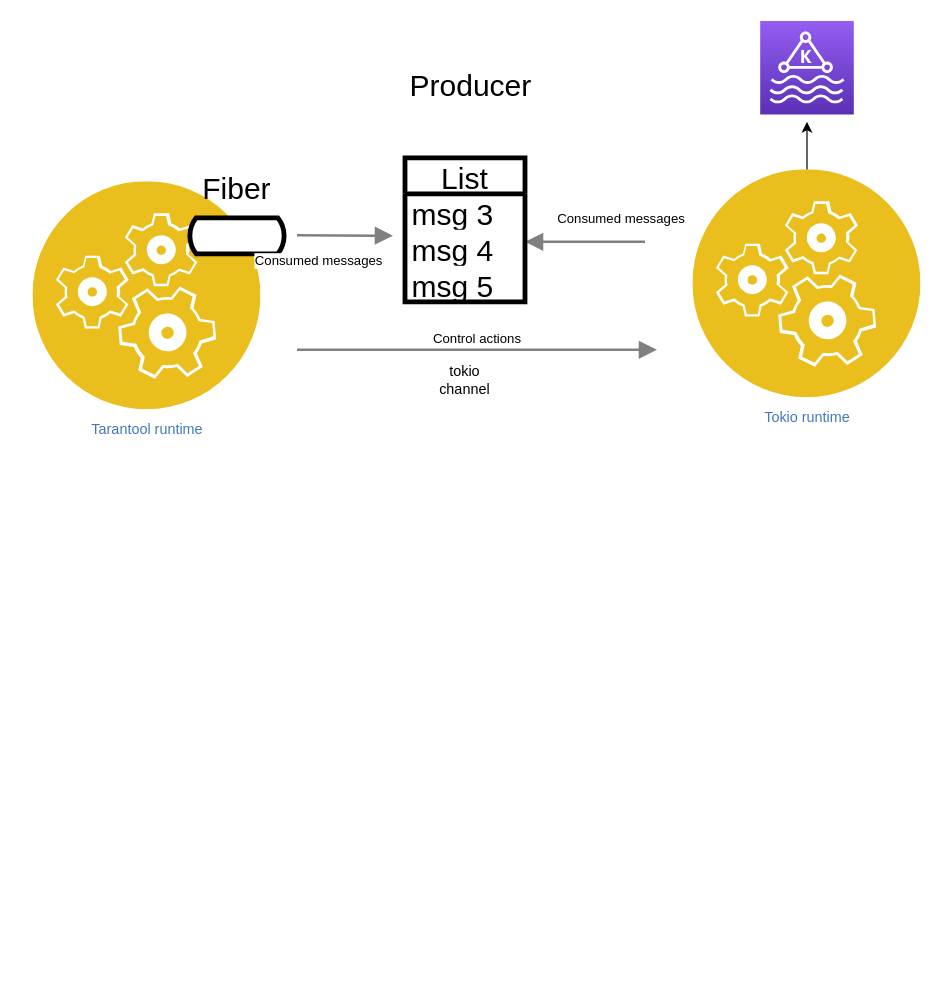
This is Диаграмма без названия.drawio from godzie44/drawio-dump, a draw.io file, before an edit. Source tidied: cells renumbered, new cells numbered last; positions are measured from the earlier drawing's top-left corner, leaving out a move shared by most shapes. Both pictures are drawn from the tidied source at 120%, with x=0, y=0 at pixel (32, 20).
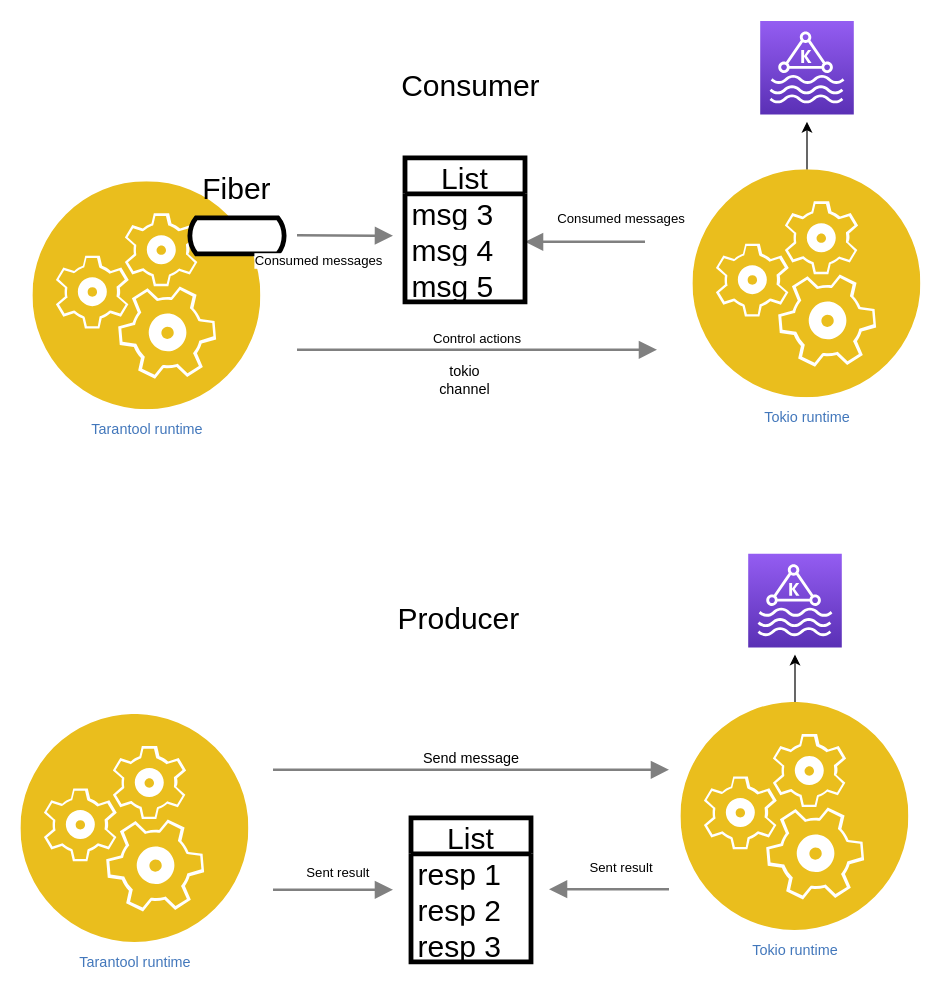
The same page after the edit.

Change to the diagram source:
```diff
@@
-    <mxCell id="7" value="Producer" style="text;html=1;strokeColor=none;fillColor=none;align=center;verticalAlign=middle;whiteSpace=wrap;rounded=0;strokeWidth=4;fontSize=25;" parent="1" vertex="1">
+    <mxCell id="7" value="Consumer" style="text;html=1;strokeColor=none;fillColor=none;align=center;verticalAlign=middle;whiteSpace=wrap;rounded=0;strokeWidth=4;fontSize=25;" parent="1" vertex="1">
       <mxGeometry x="300" y="28" width="130" height="50" as="geometry" />
     </mxCell>
@@
+    <mxCell id="17" value="Tarantool runtime" style="perimeter=ellipsePerimeter;html=1;align=center;shadow=0;dashed=0;fontColor=#4277BB;labelBackgroundColor=#ffffff;fontSize=12;spacingTop=3;image;image=img/lib/ibm/applications/runtime_services.svg;" parent="1" vertex="1">
+      <mxGeometry x="-10" y="578" width="190" height="190" as="geometry" />
+    </mxCell>
+    <mxCell id="18" style="edgeStyle=orthogonalEdgeStyle;rounded=0;jettySize=auto;html=1;" parent="1" edge="1" source="19">
+      <mxGeometry relative="1" as="geometry">
+        <mxPoint x="635" y="528" as="targetPoint" />
+      </mxGeometry>
+    </mxCell>
+    <mxCell id="19" value="Tokio runtime" style="perimeter=ellipsePerimeter;html=1;align=center;shadow=0;dashed=0;fontColor=#4277BB;labelBackgroundColor=#ffffff;fontSize=12;spacingTop=3;image;image=img/lib/ibm/applications/runtime_services.svg;" parent="1" vertex="1">
+      <mxGeometry x="540" y="568" width="190" height="190" as="geometry" />
+    </mxCell>
+    <mxCell id="20" style="sketch=0;fontColor=#232F3E;gradientColor=#945DF2;gradientDirection=north;fillColor=#5A30B5;strokeColor=#ffffff;dashed=0;verticalLabelPosition=bottom;verticalAlign=top;align=center;html=1;fontSize=12;fontStyle=0;shape=mxgraph.aws4.resourceIcon;resIcon=mxgraph.aws4.managed_streaming_for_kafka;" parent="1" vertex="1">
+      <mxGeometry x="596" y="444" width="78" height="78" as="geometry" />
+    </mxCell>
+    <mxCell id="21" value="Producer" style="text;html=1;strokeColor=none;fillColor=none;align=center;verticalAlign=middle;whiteSpace=wrap;rounded=0;strokeWidth=4;fontSize=25;" parent="1" vertex="1">
+      <mxGeometry x="290" y="472" width="130" height="50" as="geometry" />
+    </mxCell>
+    <mxCell id="22" value="List" style="swimlane;fontStyle=0;horizontal=1;startSize=30;strokeWidth=4;fontSize=25;" parent="1" vertex="1">
+      <mxGeometry x="315" y="664" width="100" height="120" as="geometry" />
+    </mxCell>
+    <mxCell id="23" value="resp 1" style="text;strokeColor=none;fillColor=none;align=left;verticalAlign=middle;spacingLeft=4;spacingRight=4;overflow=hidden;strokeWidth=4;fontSize=25;" parent="22" vertex="1">
+      <mxGeometry y="30" width="100" height="30" as="geometry" />
+    </mxCell>
+    <mxCell id="24" value="resp 2" style="text;strokeColor=none;fillColor=none;align=left;verticalAlign=middle;spacingLeft=4;spacingRight=4;overflow=hidden;strokeWidth=4;fontSize=25;" parent="22" vertex="1">
+      <mxGeometry y="60" width="100" height="30" as="geometry" />
+    </mxCell>
+    <mxCell id="25" value="resp 3" style="text;strokeColor=none;fillColor=none;align=left;verticalAlign=middle;spacingLeft=4;spacingRight=4;overflow=hidden;strokeWidth=4;fontSize=25;" parent="22" vertex="1">
+      <mxGeometry y="90" width="100" height="30" as="geometry" />
+    </mxCell>
+    <mxCell id="26" value="&lt;span style=&quot;font-size: 12px;&quot;&gt;Send message&lt;/span&gt;" style="edgeStyle=none;html=1;strokeColor=#808080;endArrow=block;endSize=10;dashed=0;verticalAlign=bottom;strokeWidth=2;rounded=0;" parent="1" edge="1">
+      <mxGeometry relative="1" as="geometry">
+        <mxPoint x="200" y="624" as="sourcePoint" />
+        <mxPoint x="530" y="624" as="targetPoint" />
+      </mxGeometry>
+    </mxCell>
+    <mxCell id="27" value="Sent result" style="edgeStyle=none;html=1;strokeColor=#808080;endArrow=block;endSize=10;dashed=0;verticalAlign=bottom;strokeWidth=2;rounded=0;" parent="1" edge="1">
+      <mxGeometry x="-0.2" y="-9" relative="1" as="geometry">
+        <mxPoint x="530" y="723.5" as="sourcePoint" />
+        <mxPoint x="430" y="723.5" as="targetPoint" />
+      </mxGeometry>
+    </mxCell>
+    <mxCell id="28" style="edgeStyle=none;html=1;strokeColor=#808080;endArrow=block;endSize=10;dashed=0;verticalAlign=bottom;strokeWidth=2;rounded=0;" parent="1" edge="1">
+      <mxGeometry x="-0.56" y="-30" relative="1" as="geometry">
+        <mxPoint x="200" y="724" as="sourcePoint" />
+        <mxPoint x="300" y="724" as="targetPoint" />
+      </mxGeometry>
+    </mxCell>
+    <mxCell id="29" value="&lt;span style=&quot;font-size: 11px;&quot;&gt;Sent result&lt;/span&gt;" style="edgeLabel;html=1;align=center;verticalAlign=middle;fontSize=12;" parent="28" vertex="1">
+      <mxGeometry x="0.27" y="2" relative="1" as="geometry">
+        <mxPoint x="-11" y="-13" as="offset" />
+      </mxGeometry>
+    </mxCell>
```
